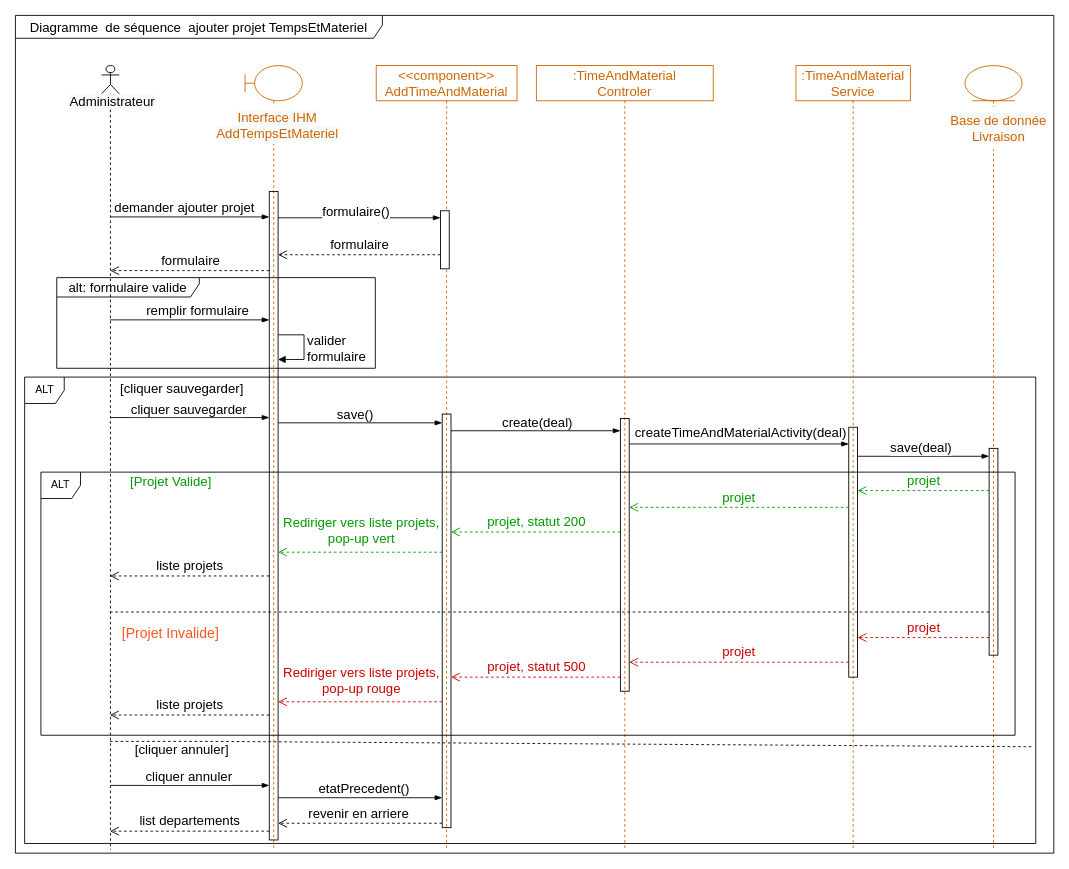
The draw.io diagram Delivery/AddTimeAndMaterialProjectDiagrammeSequence.drawio in ZidiMedAmine/UML, before the edit. Source tidied: cells renumbered, new cells numbered last; positions are measured from the earlier drawing's top-left corner, leaving out a move shared by most shapes. Both pictures are drawn from the tidied source at 88%, with x=0, y=0 at pixel (15, 15).
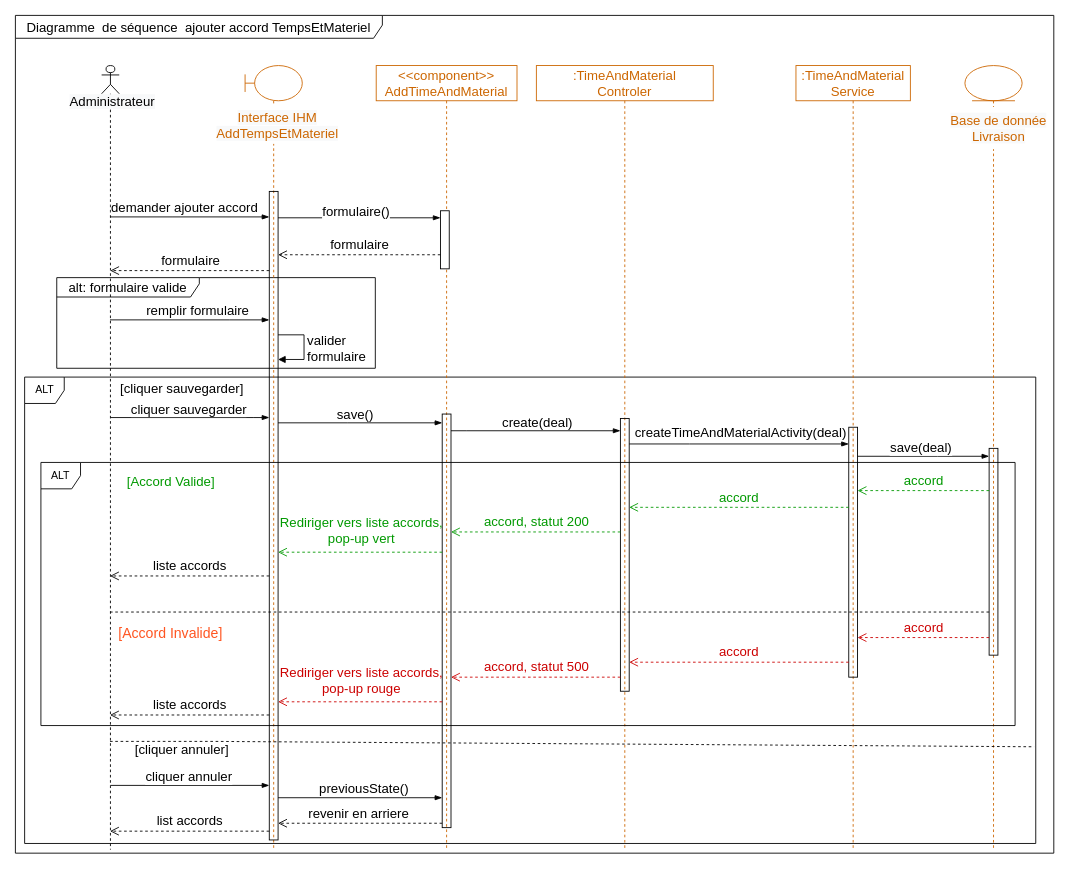
The same diagram, later.

Commit message:
Mettre à jour AddTimeAndMaterialProjectDiagrammeSequence.drawio

Unchanged cells that the change refers to:
```xml
<mxCell id="6" style="html=1;points=[];perimeter=orthogonalPerimeter;rounded=0;shadow=0;glass=0;sketch=0;fontSize=15;fillColor=none;" parent="5" vertex="1">
  <mxGeometry x="95.5" y="401" width="10" height="310" as="geometry" />
</mxCell>
<mxCell id="8" style="shape=umlLifeline;participant=umlActor;perimeter=lifelinePerimeter;whiteSpace=wrap;html=1;verticalAlign=top;spacingTop=36;outlineConnect=0;fillColor=none;size=32;sketch=0;shadow=0;rounded=0;glass=0;" parent="1" vertex="1">
  <mxGeometry x="98" y="57" width="20" height="891" as="geometry" />
</mxCell>
<mxCell id="11" style="html=1;points=[];perimeter=orthogonalPerimeter;rounded=0;shadow=0;glass=0;sketch=0;fontSize=15;fillColor=none;" parent="10" vertex="1">
  <mxGeometry x="60" y="411" width="10" height="284" as="geometry" />
</mxCell>
<mxCell id="13" style="html=1;points=[];perimeter=orthogonalPerimeter;rounded=0;shadow=0;glass=0;sketch=0;fontSize=15;fillColor=none;" parent="12" vertex="1">
  <mxGeometry x="27.5" y="435" width="10" height="235" as="geometry" />
</mxCell>
<mxCell id="17" style="html=1;points=[];perimeter=orthogonalPerimeter;rounded=0;shadow=0;glass=0;sketch=0;fontSize=15;fillColor=none;" parent="15" vertex="1">
  <mxGeometry x="27.5" y="143" width="10" height="737" as="geometry" />
</mxCell>
<mxCell id="19" style="edgeStyle=elbowEdgeStyle;fontSize=12;html=1;endArrow=blockThin;endFill=1;rounded=0;" parent="1" edge="1" source="8" target="17">
  <mxGeometry relative="1" as="geometry">
    <Array as="points">
      <mxPoint x="178" y="229" />
      <mxPoint x="159" y="202" />
    </Array>
  </mxGeometry>
</mxCell>
<mxCell id="29" style="html=1;points=[];perimeter=orthogonalPerimeter;fontSize=15;fillColor=none;rounded=0;shadow=0;glass=0;sketch=0;" parent="27" vertex="1">
  <mxGeometry x="75" y="396" width="10" height="470" as="geometry" />
</mxCell>
<mxCell id="43" style="group;" parent="1" vertex="1">
  <mxGeometry x="10" y="380" width="1126" height="413" as="geometry" />
</mxCell>
<mxCell id="59" style="edgeStyle=elbowEdgeStyle;fontSize=12;html=1;endArrow=blockThin;endFill=1;rounded=0;fontColor=#000000;" parent="1" edge="1" source="17" target="29">
  <mxGeometry relative="1" as="geometry">
    <Array as="points">
      <mxPoint x="444" y="889" />
      <mxPoint x="365.5" y="843" />
    </Array>
  </mxGeometry>
</mxCell>
```

Diff of the diagram source:
```diff
@@
-    <mxCell id="2" value="Diagramme&amp;nbsp; de séquence&amp;nbsp; ajouter projet TempsEtMateriel" style="shape=umlFrame;whiteSpace=wrap;html=1;rounded=0;shadow=0;glass=0;sketch=0;fontSize=15;fillColor=none;width=417;height=26;" parent="1" vertex="1">
+    <mxCell id="2" value="Diagramme&amp;nbsp; de séquence&amp;nbsp; ajouter accord TempsEtMateriel" style="shape=umlFrame;whiteSpace=wrap;html=1;rounded=0;shadow=0;glass=0;sketch=0;fontSize=15;fillColor=none;width=417;height=26;" parent="1" vertex="1">
       <mxGeometry width="1180" height="952" as="geometry" />
     </mxCell>
@@
-    <mxCell id="20" value="demander ajouter projet" style="edgeLabel;html=1;align=center;verticalAlign=middle;fontSize=15;" parent="19" vertex="1">
+    <mxCell id="20" value="demander ajouter accord" style="edgeLabel;html=1;align=center;verticalAlign=middle;fontSize=15;" parent="19" vertex="1">
       <mxGeometry x="-0.4" relative="1" as="geometry">
         <mxPoint x="30" y="-12" as="offset" />
       </mxGeometry>
     </mxCell>
@@
-    <mxCell id="25" value="&lt;font color=&quot;#009900&quot;&gt;projet&lt;/font&gt;" style="html=1;verticalAlign=bottom;endArrow=open;dashed=1;endSize=8;rounded=0;fontSize=15;strokeColor=#009900;" parent="1" edge="1" source="13" target="11">
+    <mxCell id="25" value="&lt;font color=&quot;#009900&quot;&gt;accord&lt;/font&gt;" style="html=1;verticalAlign=bottom;endArrow=open;dashed=1;endSize=8;rounded=0;fontSize=15;strokeColor=#009900;" parent="1" edge="1" source="13" target="11">
       <mxGeometry relative="1" as="geometry">
         <Array as="points">
           <mxPoint x="1013" y="540" />
         </Array>
       </mxGeometry>
     </mxCell>
-    <mxCell id="26" value="&lt;font color=&quot;#009900&quot;&gt;projet&lt;/font&gt;" style="html=1;verticalAlign=bottom;endArrow=open;dashed=1;endSize=8;rounded=0;fontSize=15;strokeColor=#009900;" parent="1" edge="1" source="11" target="6">
+    <mxCell id="26" value="&lt;span style=&quot;color: rgb(0, 153, 0);&quot;&gt;accord&lt;/span&gt;" style="html=1;verticalAlign=bottom;endArrow=open;dashed=1;endSize=8;rounded=0;fontSize=15;strokeColor=#009900;" parent="1" edge="1" source="11" target="6">
       <mxGeometry relative="1" as="geometry">
         <Array as="points">
           <mxPoint x="883" y="559" />
         </Array>
       </mxGeometry>
     </mxCell>
@@
-    <mxCell id="40" value="&lt;font color=&quot;#009900&quot;&gt;projet, statut 200&lt;/font&gt;" style="html=1;verticalAlign=bottom;endArrow=open;dashed=1;endSize=8;rounded=0;fontSize=15;strokeColor=#009900;" parent="1" edge="1" source="6" target="29">
+    <mxCell id="40" value="&lt;span style=&quot;color: rgb(0, 153, 0);&quot;&gt;accord&lt;/span&gt;&lt;font color=&quot;#009900&quot;&gt;, statut 200&lt;/font&gt;" style="html=1;verticalAlign=bottom;endArrow=open;dashed=1;endSize=8;rounded=0;fontSize=15;strokeColor=#009900;" parent="1" edge="1" source="6" target="29">
       <mxGeometry relative="1" as="geometry">
         <Array as="points">
           <mxPoint x="621" y="587" />
         </Array>
       </mxGeometry>
     </mxCell>
-    <mxCell id="41" value="&lt;font color=&quot;#009900&quot;&gt;Rediriger vers liste projets,&lt;br&gt;pop-up vert&lt;br&gt;&lt;/font&gt;" style="html=1;verticalAlign=bottom;endArrow=open;dashed=1;endSize=8;rounded=0;fontSize=15;strokeColor=#009900;" parent="1" edge="1" source="29">
+    <mxCell id="41" value="&lt;font color=&quot;#009900&quot;&gt;Rediriger vers liste&amp;nbsp;&lt;/font&gt;&lt;span style=&quot;color: rgb(0, 153, 0);&quot;&gt;accords&lt;/span&gt;&lt;font color=&quot;#009900&quot;&gt;,&lt;br&gt;pop-up vert&lt;br&gt;&lt;/font&gt;" style="html=1;verticalAlign=bottom;endArrow=open;dashed=1;endSize=8;rounded=0;fontSize=15;strokeColor=#009900;labelBackgroundColor=none;" parent="1" edge="1" source="29">
       <mxGeometry x="-0.01" y="-4" relative="1" as="geometry">
         <mxPoint x="298.5" y="610" as="targetPoint" />
         <Array as="points">
           <mxPoint x="447" y="610" />
         </Array>
       </mxGeometry>
     </mxCell>
-    <mxCell id="42" value="&lt;font color=&quot;#000000&quot;&gt;liste projets&lt;/font&gt;" style="html=1;verticalAlign=bottom;endArrow=open;dashed=1;endSize=8;rounded=0;fontSize=15;fontColor=#009900;strokeColor=#000000;" parent="1" edge="1">
+    <mxCell id="42" value="&lt;font color=&quot;#000000&quot;&gt;liste&amp;nbsp;accords&lt;/font&gt;" style="html=1;verticalAlign=bottom;endArrow=open;dashed=1;endSize=8;rounded=0;fontSize=15;fontColor=#009900;strokeColor=#000000;" parent="1" edge="1">
       <mxGeometry relative="1" as="geometry">
         <mxPoint x="288.5" y="637" as="sourcePoint" />
         <mxPoint x="107.5" y="637" as="targetPoint" />
         <Array as="points">
           <mxPoint x="262" y="637" />
         </Array>
       </mxGeometry>
     </mxCell>
@@
-    <mxCell id="44" value="&lt;div style=&quot;text-align: left; font-size: 15px;&quot;&gt;&lt;span style=&quot;background-color: initial; font-size: 15px;&quot;&gt;[Projet&amp;nbsp;&lt;/span&gt;&lt;span style=&quot;background-color: initial; text-align: right; font-size: 15px;&quot;&gt;Valide]&lt;/span&gt;&lt;/div&gt;" style="text;html=1;strokeColor=none;fillColor=none;align=center;verticalAlign=middle;whiteSpace=wrap;rounded=0;fontSize=15;fontColor=#009900;" parent="43" vertex="1">
+    <mxCell id="44" value="&lt;div style=&quot;text-align: left; font-size: 15px;&quot;&gt;&lt;span style=&quot;background-color: initial; font-size: 15px;&quot;&gt;[Accord&amp;nbsp;&lt;/span&gt;&lt;span style=&quot;background-color: initial; text-align: right; font-size: 15px;&quot;&gt;Valide]&lt;/span&gt;&lt;/div&gt;" style="text;html=1;strokeColor=none;fillColor=none;align=center;verticalAlign=middle;whiteSpace=wrap;rounded=0;fontSize=15;fontColor=#009900;" parent="43" vertex="1">
       <mxGeometry x="77" y="136.7" width="179.5" height="24.4" as="geometry" />
     </mxCell>
-    <mxCell id="45" value="[Projet Invalide]" style="text;html=1;strokeColor=none;fillColor=none;align=center;verticalAlign=middle;whiteSpace=wrap;rounded=0;fontSize=16;fontColor=#FF5521;" parent="43" vertex="1">
+    <mxCell id="45" value="[Accord Invalide]" style="text;html=1;strokeColor=none;fillColor=none;align=center;verticalAlign=middle;whiteSpace=wrap;rounded=0;fontSize=16;fontColor=#FF5521;" parent="43" vertex="1">
       <mxGeometry x="103.2" y="311" width="127" height="22.6" as="geometry" />
     </mxCell>
-    <mxCell id="46" value="ALT" style="shape=umlFrame;whiteSpace=wrap;html=1;width=45;height=30;" parent="43" vertex="1">
-      <mxGeometry x="19" y="139" width="1107" height="299" as="geometry" />
-    </mxCell>
-    <mxCell id="47" value="&lt;font color=&quot;#cc0000&quot;&gt;projet&lt;/font&gt;" style="html=1;verticalAlign=bottom;endArrow=open;dashed=1;endSize=8;rounded=0;fontSize=15;fontColor=#000000;strokeColor=#CC0000;" parent="1" edge="1" source="13" target="11">
+    <mxCell id="47" value="&lt;font color=&quot;#cc0000&quot;&gt;accord&lt;/font&gt;" style="html=1;verticalAlign=bottom;endArrow=open;dashed=1;endSize=8;rounded=0;fontSize=15;fontColor=#000000;strokeColor=#CC0000;" parent="1" edge="1" source="13" target="11">
       <mxGeometry relative="1" as="geometry">
         <Array as="points">
           <mxPoint x="1026" y="707" />
         </Array>
       </mxGeometry>
     </mxCell>
-    <mxCell id="48" value="&lt;font color=&quot;#cc0000&quot;&gt;projet&lt;/font&gt;" style="html=1;verticalAlign=bottom;endArrow=open;dashed=1;endSize=8;rounded=0;fontSize=15;fontColor=#000000;strokeColor=#CC0000;" parent="1" edge="1" source="11" target="6">
+    <mxCell id="48" value="&lt;span style=&quot;color: rgb(204, 0, 0);&quot;&gt;accord&lt;/span&gt;" style="html=1;verticalAlign=bottom;endArrow=open;dashed=1;endSize=8;rounded=0;fontSize=15;fontColor=#000000;strokeColor=#CC0000;" parent="1" edge="1" source="11" target="6">
       <mxGeometry relative="1" as="geometry">
         <Array as="points">
           <mxPoint x="867" y="735" />
         </Array>
       </mxGeometry>
     </mxCell>
-    <mxCell id="49" value="&lt;font color=&quot;#cc0000&quot;&gt;projet, statut 500&lt;/font&gt;" style="html=1;verticalAlign=bottom;endArrow=open;dashed=1;endSize=8;rounded=0;fontSize=15;fontColor=#000000;strokeColor=#CC0000;" parent="1" edge="1" source="6" target="29">
+    <mxCell id="49" value="&lt;span style=&quot;color: rgb(204, 0, 0);&quot;&gt;accord&lt;/span&gt;&lt;font color=&quot;#cc0000&quot;&gt;, statut 500&lt;/font&gt;" style="html=1;verticalAlign=bottom;endArrow=open;dashed=1;endSize=8;rounded=0;fontSize=15;fontColor=#000000;strokeColor=#CC0000;" parent="1" edge="1" source="6" target="29">
       <mxGeometry relative="1" as="geometry">
         <Array as="points">
           <mxPoint x="607" y="752" />
         </Array>
       </mxGeometry>
     </mxCell>
-    <mxCell id="50" value="&lt;font color=&quot;#cc0000&quot;&gt;Rediriger vers liste projets,&lt;br&gt;pop-up rouge&lt;/font&gt;" style="html=1;verticalAlign=bottom;endArrow=open;dashed=1;endSize=8;rounded=0;fontSize=15;strokeColor=#CC0000;" parent="1" edge="1" source="29">
+    <mxCell id="50" value="&lt;font color=&quot;#cc0000&quot;&gt;Rediriger vers liste&amp;nbsp;&lt;/font&gt;&lt;span style=&quot;color: rgb(204, 0, 0);&quot;&gt;accords&lt;/span&gt;&lt;font color=&quot;#cc0000&quot;&gt;,&lt;br&gt;pop-up rouge&lt;/font&gt;" style="html=1;verticalAlign=bottom;endArrow=open;dashed=1;endSize=8;rounded=0;fontSize=15;strokeColor=#CC0000;labelBackgroundColor=none;" parent="1" edge="1" source="29">
       <mxGeometry x="-0.01" y="-4" relative="1" as="geometry">
         <mxPoint x="298.5" y="780" as="targetPoint" />
         <Array as="points">
           <mxPoint x="433" y="780" />
         </Array>
       </mxGeometry>
     </mxCell>
-    <mxCell id="51" value="&lt;font color=&quot;#000000&quot;&gt;liste projets&lt;/font&gt;" style="html=1;verticalAlign=bottom;endArrow=open;dashed=1;endSize=8;rounded=0;fontSize=15;fontColor=#009900;strokeColor=#000000;" parent="1" edge="1">
+    <mxCell id="51" value="&lt;font color=&quot;#000000&quot;&gt;liste accords&lt;/font&gt;" style="html=1;verticalAlign=bottom;endArrow=open;dashed=1;endSize=8;rounded=0;fontSize=15;fontColor=#009900;strokeColor=#000000;" parent="1" edge="1">
       <mxGeometry relative="1" as="geometry">
         <mxPoint x="288.5" y="795" as="sourcePoint" />
         <mxPoint x="107.5" y="795" as="targetPoint" />
         <Array as="points">
           <mxPoint x="219" y="795" />
         </Array>
       </mxGeometry>
     </mxCell>
@@
-    <mxCell id="60" value="etatPrecedent()" style="edgeLabel;html=1;align=center;verticalAlign=middle;fontSize=15;fontColor=#000000;" parent="59" vertex="1">
+    <mxCell id="60" value="previousState()" style="edgeLabel;html=1;align=center;verticalAlign=middle;fontSize=15;fontColor=#000000;" parent="59" vertex="1">
       <mxGeometry x="-0.29" y="-1" relative="1" as="geometry">
         <mxPoint x="31" y="-13" as="offset" />
       </mxGeometry>
     </mxCell>
-    <mxCell id="61" value="list departements" style="html=1;verticalAlign=bottom;endArrow=open;dashed=1;endSize=8;rounded=0;fontSize=15;fontColor=#000000;" parent="1" edge="1" source="17" target="8">
+    <mxCell id="61" value="list accords" style="html=1;verticalAlign=bottom;endArrow=open;dashed=1;endSize=8;rounded=0;fontSize=15;fontColor=#000000;" parent="1" edge="1" source="17" target="8">
       <mxGeometry relative="1" as="geometry">
         <Array as="points">
           <mxPoint x="155.8" y="927" />
         </Array>
       </mxGeometry>
     </mxCell>
@@
+    <mxCell id="46" value="ALT" style="shape=umlFrame;whiteSpace=wrap;html=1;width=45;height=30;" parent="1" vertex="1">
+      <mxGeometry x="29" y="508" width="1107" height="299" as="geometry" />
+    </mxCell>
```
